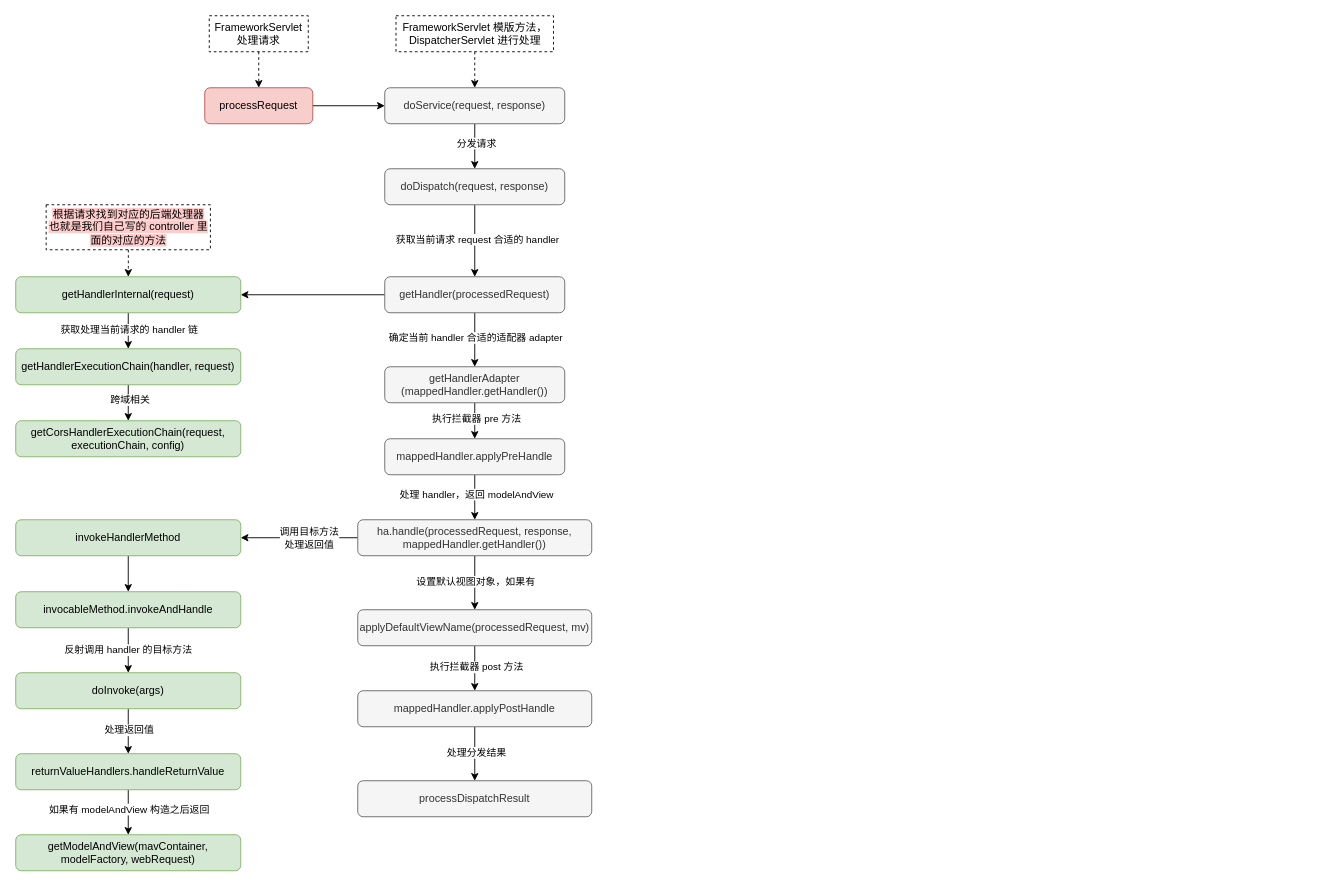
Before: Spring/SpringMVC-source.drawio in oliverschen/draw.io, a draw.io diagram. Source tidied: cells renumbered, new cells numbered last; positions are measured from the earlier drawing's top-left corner, leaving out a move shared by most shapes. Both pictures are drawn from the tidied source at 90%, with x=0, y=0 at pixel (15, 15).
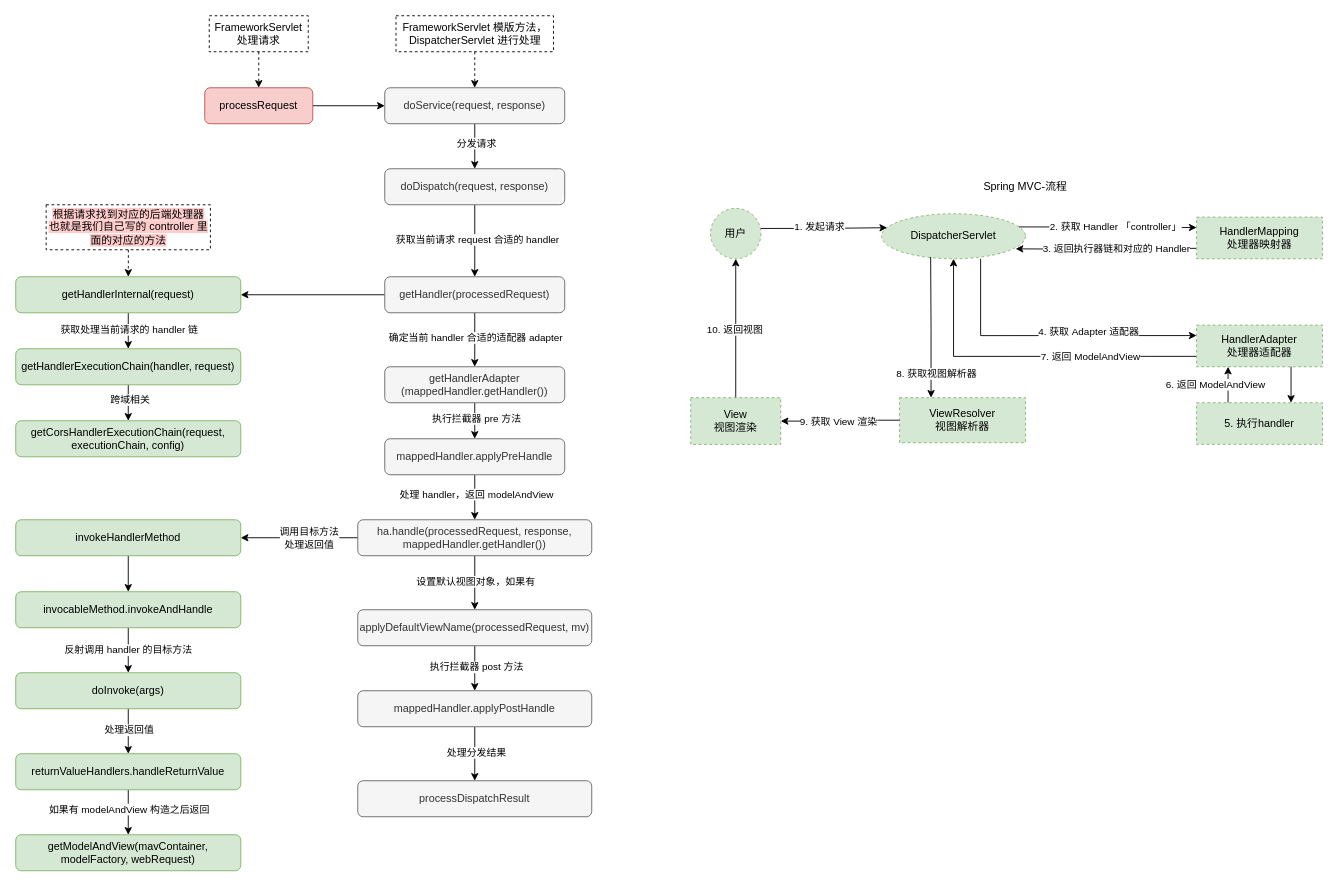
The same diagram, later.

Diff of the diagram source:
```diff
@@
+    <mxCell id="56" style="group;" parent="1" vertex="1">
+      <mxGeometry x="750" y="180" width="702" height="296.2" as="geometry" />
+    </mxCell>
+    <mxCell id="57" value="DispatcherServlet" style="ellipse;whiteSpace=wrap;html=1;dashed=1;strokeColor=#82b366;fillColor=#d5e8d4;" parent="56" vertex="1">
+      <mxGeometry x="212" y="40" width="160" height="50" as="geometry" />
+    </mxCell>
+    <mxCell id="58" style="edgeStyle=orthogonalEdgeStyle;rounded=0;jettySize=auto;html=1;exitX=0;exitY=0.75;exitDx=0;exitDy=0;" parent="56" edge="1" source="60">
+      <mxGeometry y="34" as="geometry">
+        <mxPoint x="361" y="79" as="targetPoint" />
+      </mxGeometry>
+    </mxCell>
+    <mxCell id="59" value="3. 返回执行器链和对应的 Handler" style="edgeLabel;html=1;align=center;verticalAlign=middle;" parent="58" vertex="1">
+      <mxGeometry x="0.45" y="-1" relative="1" as="geometry">
+        <mxPoint x="55.2" as="offset" />
+      </mxGeometry>
+    </mxCell>
+    <mxCell id="60" value="HandlerMapping&lt;br&gt;处理器映射器" style="whiteSpace=wrap;html=1;dashed=1;strokeColor=#82b366;fillColor=#d5e8d4;" parent="56" vertex="1">
+      <mxGeometry x="562" y="43.8" width="140" height="46.2" as="geometry" />
+    </mxCell>
+    <mxCell id="61" style="edgeStyle=orthogonalEdgeStyle;rounded=0;jettySize=auto;html=1;entryX=0;entryY=0.25;entryDx=0;entryDy=0;exitX=0.955;exitY=0.293;exitDx=0;exitDy=0;exitPerimeter=0;" parent="56" edge="1" source="57" target="60">
+      <mxGeometry y="34" as="geometry" />
+    </mxCell>
+    <mxCell id="62" value="2. 获取 Handler 「controller」" style="edgeLabel;html=1;align=center;verticalAlign=middle;" parent="61" vertex="1">
+      <mxGeometry x="-0.2" relative="1" as="geometry">
+        <mxPoint x="28" as="offset" />
+      </mxGeometry>
+    </mxCell>
+    <mxCell id="63" style="edgeStyle=orthogonalEdgeStyle;rounded=0;jettySize=auto;html=1;entryX=0.039;entryY=0.31;entryDx=0;entryDy=0;entryPerimeter=0;exitX=0.973;exitY=0.399;exitDx=0;exitDy=0;exitPerimeter=0;" parent="56" edge="1" source="65" target="57">
+      <mxGeometry y="34" as="geometry" />
+    </mxCell>
+    <mxCell id="64" value="1. 发起请求" style="edgeLabel;html=1;align=center;verticalAlign=middle;" parent="63" vertex="1">
+      <mxGeometry x="-0.4" y="2" relative="1" as="geometry">
+        <mxPoint x="23" as="offset" />
+      </mxGeometry>
+    </mxCell>
+    <mxCell id="65" value="用户" style="ellipse;whiteSpace=wrap;html=1;dashed=1;strokeColor=#82b366;fillColor=#d5e8d4;" parent="56" vertex="1">
+      <mxGeometry x="22" y="34" width="56" height="56" as="geometry" />
+    </mxCell>
+    <mxCell id="66" style="edgeStyle=orthogonalEdgeStyle;rounded=0;jettySize=auto;html=1;exitX=0;exitY=0.75;exitDx=0;exitDy=0;entryX=0.5;entryY=1;entryDx=0;entryDy=0;" parent="56" edge="1" source="68" target="57">
+      <mxGeometry y="34" as="geometry" />
+    </mxCell>
+    <mxCell id="67" value="7.&amp;nbsp;返回 ModelAndView" style="edgeLabel;html=1;align=center;verticalAlign=middle;" parent="66" vertex="1">
+      <mxGeometry x="0.1" relative="1" as="geometry">
+        <mxPoint x="89.2" as="offset" />
+      </mxGeometry>
+    </mxCell>
+    <mxCell id="68" value="HandlerAdapter&lt;br&gt;处理器适配器" style="whiteSpace=wrap;html=1;dashed=1;strokeColor=#82b366;fillColor=#d5e8d4;" parent="56" vertex="1">
+      <mxGeometry x="562" y="163.8" width="140" height="46.2" as="geometry" />
+    </mxCell>
+    <mxCell id="69" style="edgeStyle=orthogonalEdgeStyle;rounded=0;jettySize=auto;html=1;entryX=0;entryY=0.25;entryDx=0;entryDy=0;exitX=0.688;exitY=1;exitDx=0;exitDy=0;exitPerimeter=0;" parent="56" edge="1" source="57" target="68">
+      <mxGeometry y="34" as="geometry" />
+    </mxCell>
+    <mxCell id="70" value="4. 获取 Adapter 适配器" style="edgeLabel;html=1;align=center;verticalAlign=middle;" parent="69" vertex="1">
+      <mxGeometry x="-0.11" y="-1" relative="1" as="geometry">
+        <mxPoint x="60.2" y="-6.3" as="offset" />
+      </mxGeometry>
+    </mxCell>
+    <mxCell id="71" style="edgeStyle=orthogonalEdgeStyle;rounded=0;jettySize=auto;html=1;entryX=0.25;entryY=1;entryDx=0;entryDy=0;exitX=0.25;exitY=0;exitDx=0;exitDy=0;" parent="56" edge="1" source="73" target="68">
+      <mxGeometry y="34" as="geometry" />
+    </mxCell>
+    <mxCell id="72" value="6. 返回 ModelAndView" style="edgeLabel;html=1;align=center;verticalAlign=middle;" parent="71" vertex="1">
+      <mxGeometry x="-0.11" relative="1" as="geometry">
+        <mxPoint x="-15" y="-2.5" as="offset" />
+      </mxGeometry>
+    </mxCell>
+    <mxCell id="73" value="5. 执行handler" style="whiteSpace=wrap;html=1;dashed=1;strokeColor=#82b366;fillColor=#d5e8d4;" parent="56" vertex="1">
+      <mxGeometry x="562" y="250" width="140" height="46.2" as="geometry" />
+    </mxCell>
+    <mxCell id="74" style="edgeStyle=orthogonalEdgeStyle;rounded=0;jettySize=auto;html=1;entryX=0.75;entryY=0;entryDx=0;entryDy=0;exitX=0.75;exitY=1;exitDx=0;exitDy=0;" parent="56" edge="1" source="68" target="73">
+      <mxGeometry y="34" as="geometry" />
+    </mxCell>
+    <mxCell id="75" style="edgeStyle=orthogonalEdgeStyle;rounded=0;jettySize=auto;html=1;startArrow=classic;startFill=1;endArrow=none;endFill=0;entryX=0.341;entryY=0.96;entryDx=0;entryDy=0;entryPerimeter=0;exitX=0.25;exitY=0;exitDx=0;exitDy=0;" parent="56" edge="1" source="77" target="57">
+      <mxGeometry y="34" as="geometry" />
+    </mxCell>
+    <mxCell id="76" value="8. 获取视图解析器" style="edgeLabel;html=1;align=center;verticalAlign=middle;" parent="75" vertex="1">
+      <mxGeometry x="-0.6" y="-2" relative="1" as="geometry">
+        <mxPoint x="3" y="4.4" as="offset" />
+      </mxGeometry>
+    </mxCell>
+    <mxCell id="77" value="ViewResolver&lt;br&gt;视图解析器" style="whiteSpace=wrap;html=1;dashed=1;strokeColor=#82b366;fillColor=#d5e8d4;" parent="56" vertex="1">
+      <mxGeometry x="232" y="244.4" width="140" height="50" as="geometry" />
+    </mxCell>
+    <mxCell id="78" style="edgeStyle=orthogonalEdgeStyle;rounded=0;jettySize=auto;html=1;startArrow=none;startFill=0;endArrow=classic;endFill=1;" parent="56" edge="1" source="80" target="65">
+      <mxGeometry y="34" as="geometry" />
+    </mxCell>
+    <mxCell id="79" value="10. 返回视图" style="edgeLabel;html=1;align=center;verticalAlign=middle;" parent="78" vertex="1">
+      <mxGeometry x="-0.02" y="2" relative="1" as="geometry" />
+    </mxCell>
+    <mxCell id="80" value="View&lt;br&gt;视图渲染" style="whiteSpace=wrap;html=1;dashed=1;strokeColor=#82b366;fillColor=#d5e8d4;" parent="56" vertex="1">
+      <mxGeometry y="244.4" width="100" height="51.9" as="geometry" />
+    </mxCell>
+    <mxCell id="81" style="edgeStyle=orthogonalEdgeStyle;rounded=0;jettySize=auto;html=1;startArrow=none;startFill=0;endArrow=classic;endFill=1;" parent="56" edge="1" source="77" target="80">
+      <mxGeometry y="34" as="geometry" />
+    </mxCell>
+    <mxCell id="82" value="9. 获取 View 渲染" style="edgeLabel;html=1;align=center;verticalAlign=middle;" parent="81" vertex="1">
+      <mxGeometry x="0.31" y="2" relative="1" as="geometry">
+        <mxPoint x="17.2" y="-2" as="offset" />
+      </mxGeometry>
+    </mxCell>
+    <mxCell id="83" value="Spring MVC-流程" style="text;html=1;strokeColor=none;fillColor=none;align=center;verticalAlign=middle;whiteSpace=wrap;rounded=0;dashed=1;" parent="56" vertex="1">
+      <mxGeometry x="322" width="100" height="20" as="geometry" />
+    </mxCell>
```
